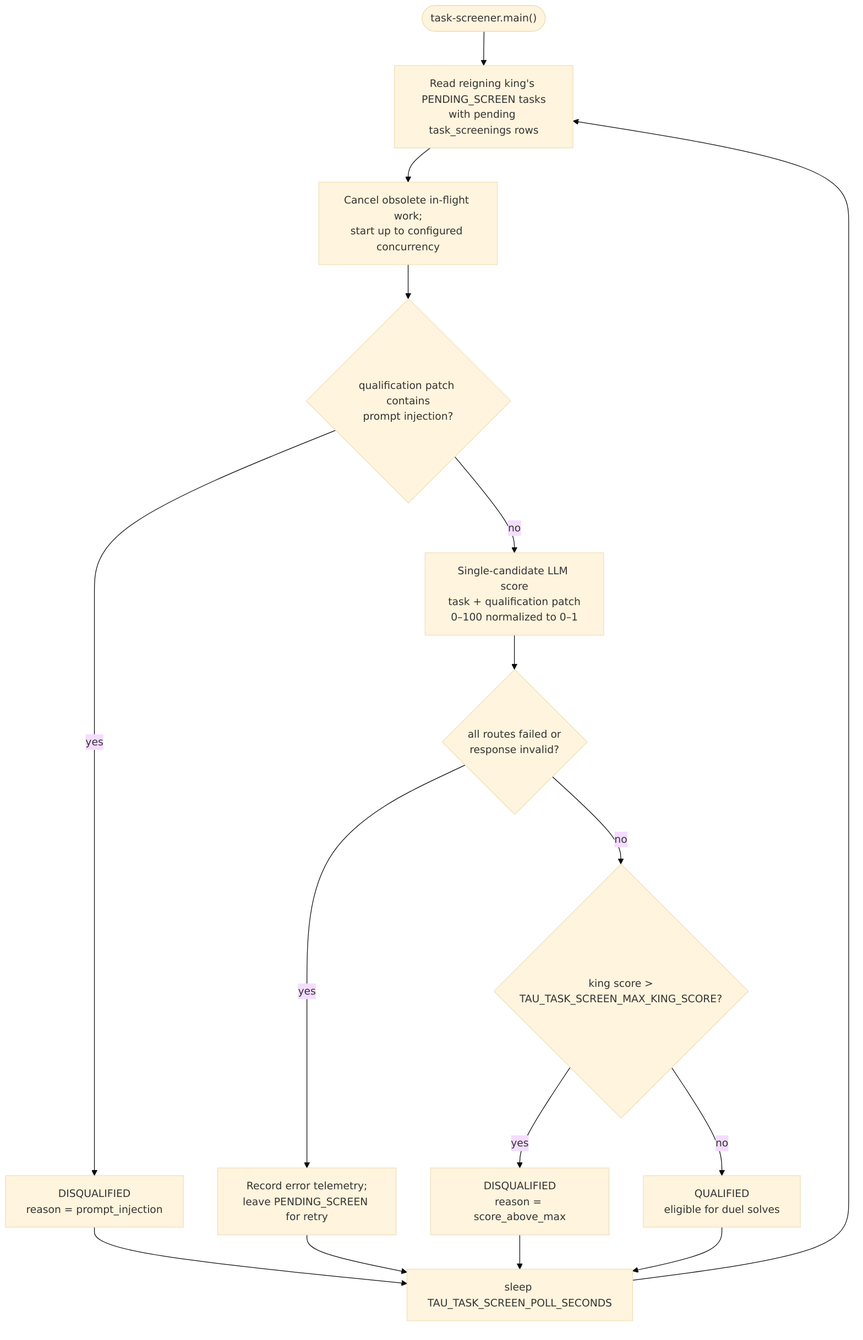
The Mermaid diagram docs/diagrams/loop-task-screener.png in ninja-subnet/ninja-validator, before a commit. Its source is kept beside it as docs/diagrams/loop-task-screener.mmd. The source it was exported from:
```mermaid
%%{init: {"theme": "base", "themeVariables": {"fontSize": "15px"}}}%%
flowchart TB
    start(["task-screener.main()"])
    start --> pending["Read reigning king's PENDING_SCREEN tasks<br/>with pending task_screenings rows"]
    pending --> reconcile["Cancel obsolete in-flight work;<br/>start up to configured concurrency"]
    reconcile --> injection{"qualification patch contains<br/>prompt injection?"}
    injection -- yes --> blocked["DISQUALIFIED<br/>reason = prompt_injection"]
    injection -- no --> score["Single-candidate LLM score<br/>task + qualification patch<br/>0–100 normalized to 0–1"]
    score --> error{"all routes failed or<br/>response invalid?"}
    error -- yes --> retry["Record error telemetry;<br/>leave PENDING_SCREEN for retry"]
    error -- no --> ceiling{"king score &gt;<br/>TAU_TASK_SCREEN_MAX_KING_SCORE?"}
    ceiling -- yes --> tooeasy["DISQUALIFIED<br/>reason = score_above_max"]
    ceiling -- no --> qualified["QUALIFIED<br/>eligible for duel solves"]
    blocked --> sleep["sleep TAU_TASK_SCREEN_POLL_SECONDS"]
    retry --> sleep
    tooeasy --> sleep
    qualified --> sleep
    sleep --> pending
```
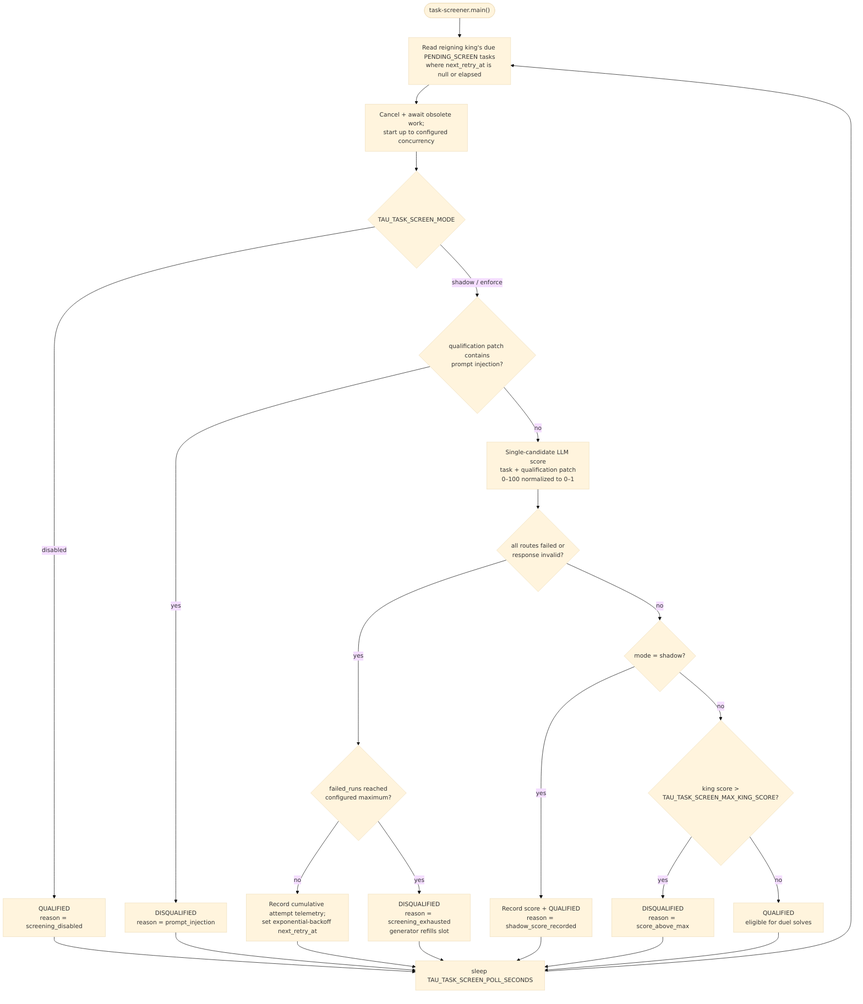
Later version of the same file.

The edit, as a diff of the source:
```diff
@@ -1,18 +1,27 @@
 %%{init: {"theme": "base", "themeVariables": {"fontSize": "15px"}}}%%
 flowchart TB
     start(["task-screener.main()"])
-    start --> pending["Read reigning king's PENDING_SCREEN tasks<br/>with pending task_screenings rows"]
-    pending --> reconcile["Cancel obsolete in-flight work;<br/>start up to configured concurrency"]
-    reconcile --> injection{"qualification patch contains<br/>prompt injection?"}
+    start --> pending["Read reigning king's due PENDING_SCREEN tasks<br/>where next_retry_at is null or elapsed"]
+    pending --> reconcile["Cancel + await obsolete work;<br/>start up to configured concurrency"]
+    reconcile --> mode{"TAU_TASK_SCREEN_MODE"}
+    mode -- disabled --> disabled["QUALIFIED<br/>reason = screening_disabled"]
+    mode -- shadow / enforce --> injection{"qualification patch contains<br/>prompt injection?"}
     injection -- yes --> blocked["DISQUALIFIED<br/>reason = prompt_injection"]
     injection -- no --> score["Single-candidate LLM score<br/>task + qualification patch<br/>0–100 normalized to 0–1"]
     score --> error{"all routes failed or<br/>response invalid?"}
-    error -- yes --> retry["Record error telemetry;<br/>leave PENDING_SCREEN for retry"]
-    error -- no --> ceiling{"king score &gt;<br/>TAU_TASK_SCREEN_MAX_KING_SCORE?"}
+    error -- yes --> exhausted{"failed_runs reached<br/>configured maximum?"}
+    exhausted -- no --> retry["Record cumulative attempt telemetry;<br/>set exponential-backoff next_retry_at"]
+    exhausted -- yes --> drop["DISQUALIFIED<br/>reason = screening_exhausted<br/>generator refills slot"]
+    error -- no --> shadow{"mode = shadow?"}
+    shadow -- yes --> shadowed["Record score + QUALIFIED<br/>reason = shadow_score_recorded"]
+    shadow -- no --> ceiling{"king score &gt;<br/>TAU_TASK_SCREEN_MAX_KING_SCORE?"}
     ceiling -- yes --> tooeasy["DISQUALIFIED<br/>reason = score_above_max"]
     ceiling -- no --> qualified["QUALIFIED<br/>eligible for duel solves"]
     blocked --> sleep["sleep TAU_TASK_SCREEN_POLL_SECONDS"]
+    disabled --> sleep
     retry --> sleep
+    drop --> sleep
+    shadowed --> sleep
     tooeasy --> sleep
     qualified --> sleep
     sleep --> pending
```
